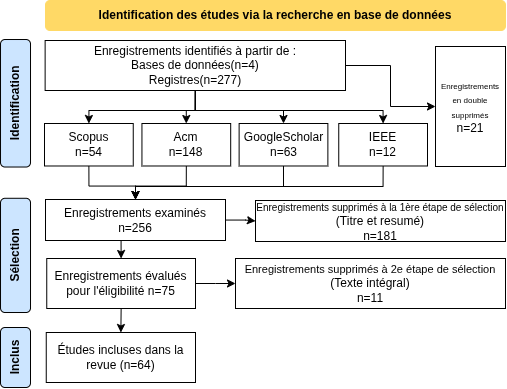
This is Images/prisma_diagram.png from Eliezermga/bachelor-thesis, a draw.io export, as it was before one commit. Source tidied: cells renumbered, new cells last; positions are measured from the earlier drawing's top-left corner, leaving out a move shared by most shapes.
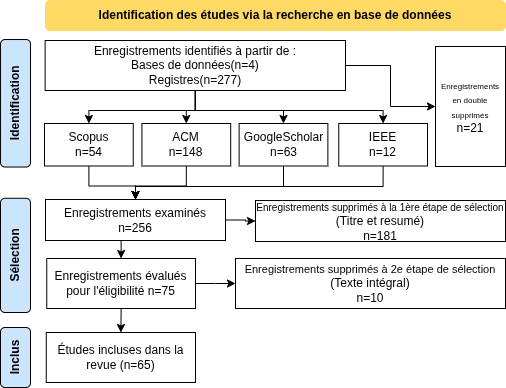
Above is the later version.

Commit message:
feat: update prisma diagram image for improved clarity

The edit, as a diff of the source:
```diff
@@ -20,7 +20,7 @@
     <mxCell id="7" value="Enregistrements examinés&lt;br&gt;&lt;div&gt;n=256&lt;/div&gt;" style="rounded=0;whiteSpace=wrap;html=1;" parent="1" vertex="1">
       <mxGeometry x="94" y="199" width="180" height="41" as="geometry" />
     </mxCell>
-    <mxCell id="8" value="Études incluses dans la revue&amp;nbsp;(n=64)" style="rounded=0;whiteSpace=wrap;html=1;" parent="1" vertex="1">
+    <mxCell id="8" value="Études incluses dans la revue&amp;nbsp;(n=65)" style="rounded=0;whiteSpace=wrap;html=1;" parent="1" vertex="1">
       <mxGeometry x="94.8" y="332" width="149.2" height="50" as="geometry" />
     </mxCell>
     <mxCell id="9" style="edgeStyle=orthogonalEdgeStyle;rounded=0;jettySize=auto;html=1;exitX=1;exitY=0.5;exitDx=0;exitDy=0;entryX=0;entryY=0.5;entryDx=0;entryDy=0;" parent="1" edge="1" source="11" target="29">
@@ -70,7 +70,7 @@
     <mxCell id="22" style="edgeStyle=orthogonalEdgeStyle;rounded=0;jettySize=auto;html=1;exitX=0.5;exitY=1;exitDx=0;exitDy=0;curved=0;" parent="1" edge="1" source="23" target="7">
       <mxGeometry relative="1" as="geometry" />
     </mxCell>
-    <mxCell id="23" value="Acm&lt;div&gt;n=148&lt;/div&gt;" style="rounded=0;whiteSpace=wrap;html=1;" parent="1" vertex="1">
+    <mxCell id="23" value="ACM&lt;div&gt;n=148&lt;/div&gt;" style="rounded=0;whiteSpace=wrap;html=1;" parent="1" vertex="1">
       <mxGeometry x="190.4" y="123" width="88.8" height="42.5" as="geometry" />
     </mxCell>
     <mxCell id="24" style="edgeStyle=orthogonalEdgeStyle;rounded=0;jettySize=auto;html=1;exitX=0.5;exitY=1;exitDx=0;exitDy=0;entryX=0.5;entryY=0;entryDx=0;entryDy=0;curved=0;" parent="1" edge="1" source="25" target="7">
@@ -98,7 +98,7 @@
     <mxCell id="28" value="IEEE&lt;div&gt;n=12&lt;/div&gt;" style="rounded=0;whiteSpace=wrap;html=1;" parent="1" vertex="1">
       <mxGeometry x="387.2" y="123" width="88.8" height="42.5" as="geometry" />
     </mxCell>
-    <mxCell id="29" value="&lt;font style=&quot;font-size: 11px;&quot;&gt;Enregistrements supprimés à 2e étape de sélection&lt;/font&gt;&lt;br&gt;&lt;div&gt;(Texte intégral)&lt;/div&gt;&lt;div&gt;n=11&lt;/div&gt;" style="rounded=0;whiteSpace=wrap;html=1;" parent="1" vertex="1">
+    <mxCell id="29" value="&lt;font style=&quot;font-size: 11px;&quot;&gt;Enregistrements supprimés à 2e étape de sélection&lt;/font&gt;&lt;br&gt;&lt;div&gt;(Texte intégral)&lt;/div&gt;&lt;div&gt;n=10&lt;/div&gt;" style="rounded=0;whiteSpace=wrap;html=1;" parent="1" vertex="1">
       <mxGeometry x="284" y="258" width="270" height="50" as="geometry" />
     </mxCell>
   </root>
```
